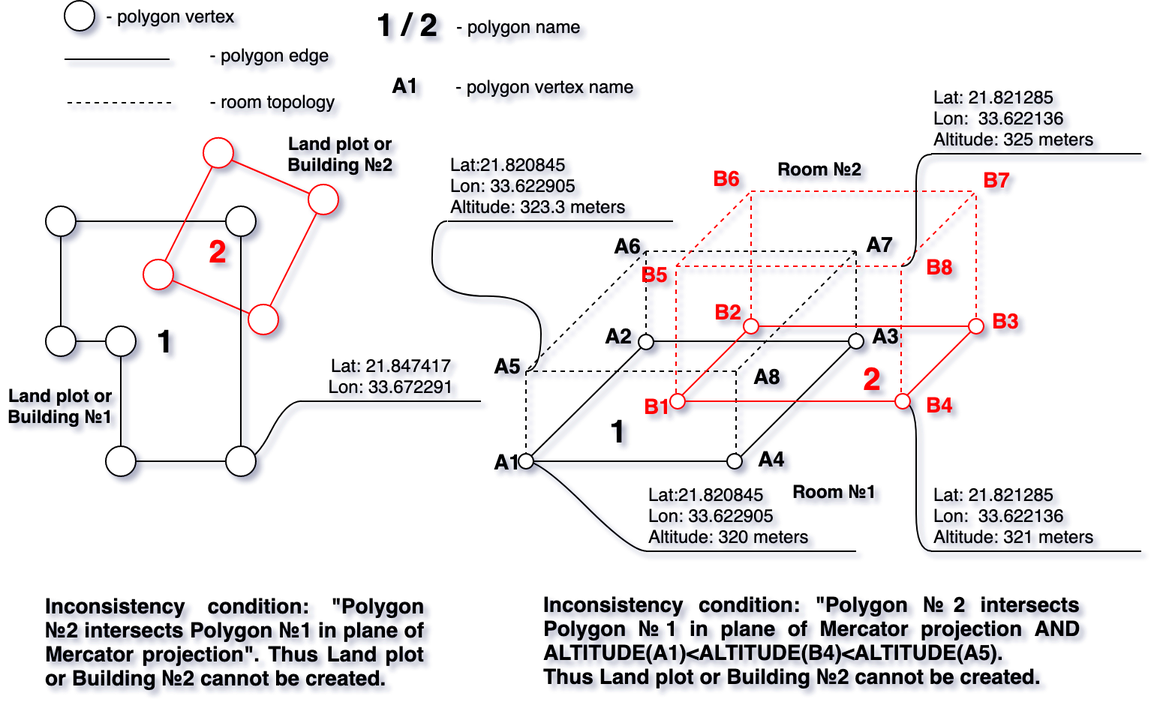
This is images/Galt_Polygon_intersection_01.png from galtproject/galtproject-docs, a draw.io export, as it was before one commit. Source tidied: cells renumbered, new cells last; positions are measured from the earlier drawing's top-left corner, leaving out a move shared by most shapes.
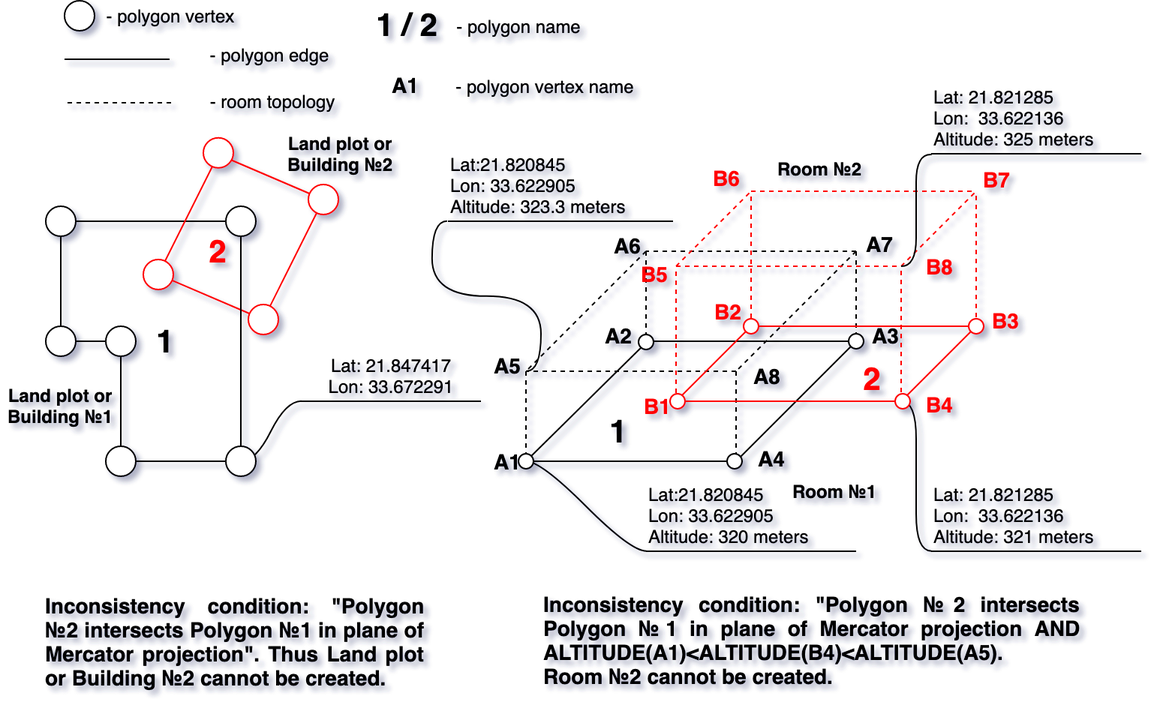
After the change.

The edit, as a diff of the source:
```diff
@@ -424,7 +424,7 @@
     <mxCell id="103" style="ellipse;whiteSpace=wrap;html=1;strokeColor=#FF0000;" parent="2" vertex="1">
       <mxGeometry x="495" y="212" width="10" height="10" as="geometry" />
     </mxCell>
-    <mxCell id="104" value="&lt;div style=&quot;text-align: justify&quot;&gt;&lt;span style=&quot;font-size: 14px&quot;&gt;&lt;b&gt;Inconsistency condition: &quot;Polygon №2 intersects Polygon №1 in plane of Mercator projection AND ALTITUDE(A1)&amp;lt;ALTITUDE(B4)&amp;lt;ALTITUDE(A5).&lt;/b&gt;&lt;/span&gt;&lt;/div&gt;&lt;div style=&quot;text-align: justify&quot;&gt;&lt;span style=&quot;font-size: 14px&quot;&gt;&lt;b&gt;Thus Land plot or Building №2 cannot be created.&lt;/b&gt;&lt;/span&gt;&lt;br&gt;&lt;/div&gt;" style="text;html=1;strokeColor=none;fillColor=none;align=left;verticalAlign=middle;whiteSpace=wrap;rounded=0;" parent="2" vertex="1">
+    <mxCell id="104" value="&lt;div style=&quot;text-align: justify&quot;&gt;&lt;span style=&quot;font-size: 14px&quot;&gt;&lt;b&gt;Inconsistency condition: &quot;Polygon №2 intersects Polygon №1 in plane of Mercator projection AND ALTITUDE(A1)&amp;lt;ALTITUDE(B4)&amp;lt;ALTITUDE(A5).&lt;/b&gt;&lt;/span&gt;&lt;/div&gt;&lt;div style=&quot;text-align: justify&quot;&gt;&lt;span style=&quot;font-size: 14px&quot;&gt;&lt;b&gt;Room №2 cannot be created.&lt;/b&gt;&lt;/span&gt;&lt;br&gt;&lt;/div&gt;" style="text;html=1;strokeColor=none;fillColor=none;align=left;verticalAlign=middle;whiteSpace=wrap;rounded=0;" parent="2" vertex="1">
       <mxGeometry x="360" y="381" width="360" height="90" as="geometry" />
     </mxCell>
   </root>
```
